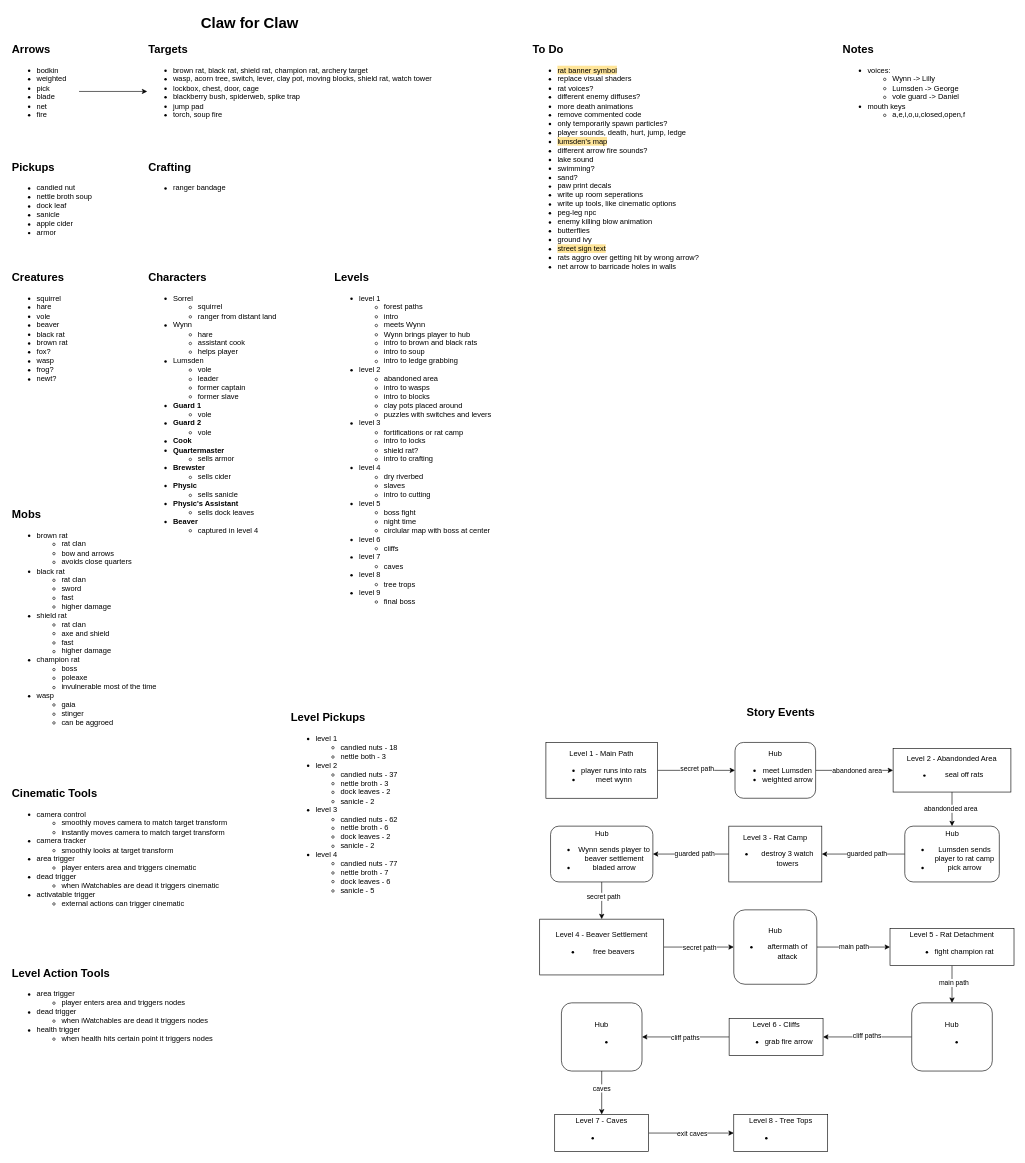
Earlier version of the draw.io diagram Planning/design-doc.drawio (camerondedore/Godot-Project-3). Source tidied: cells renumbered, new cells numbered last; positions are measured from the earlier drawing's top-left corner, leaving out a move shared by most shapes. Both pictures are drawn from the tidied source at 62%, with x=0, y=0 at pixel (11, 11).
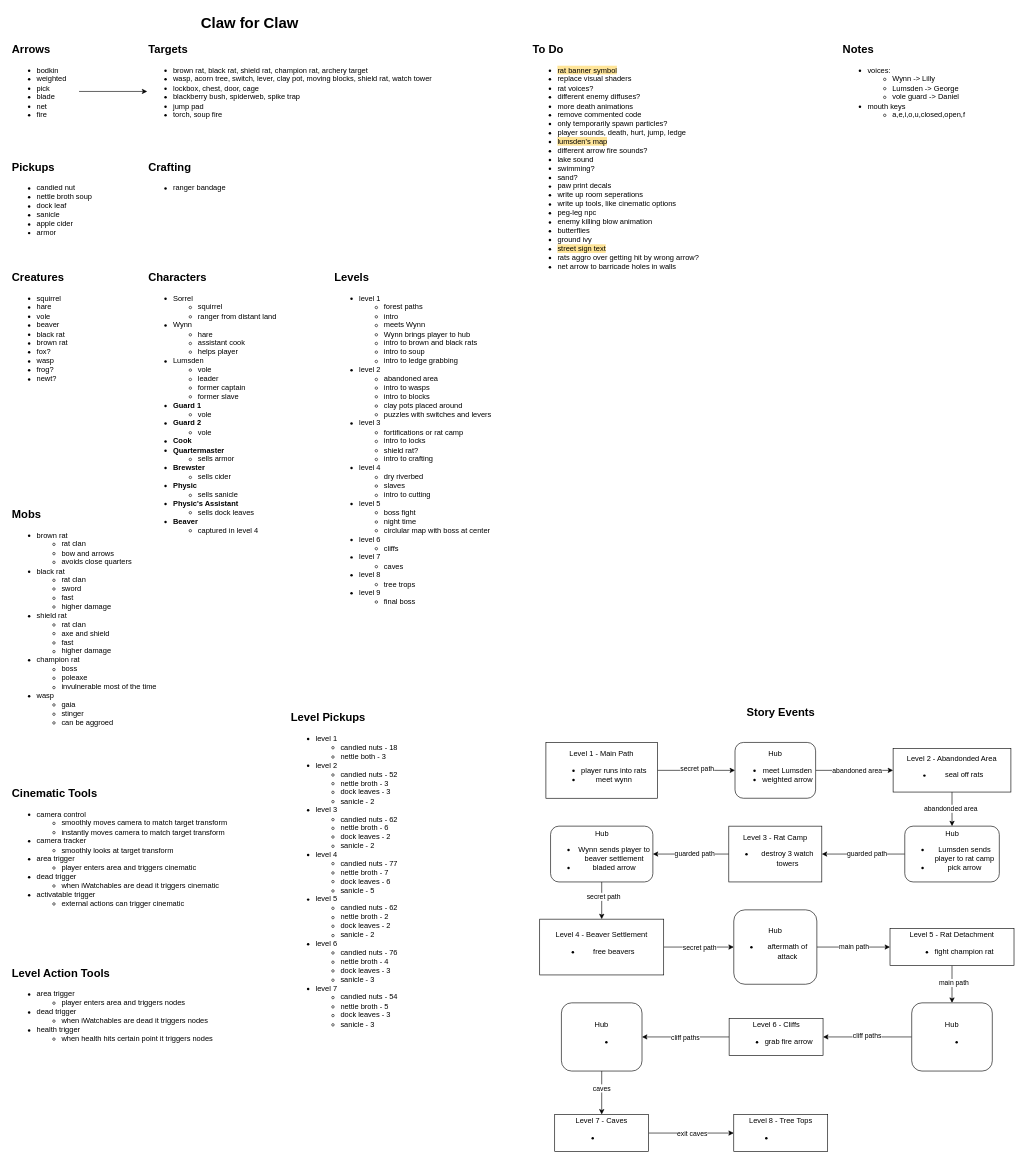
Above is the later version.

Change to the diagram source:
```diff
@@
-    <mxCell id="70" value="&lt;ul&gt;&lt;li&gt;level 1&lt;/li&gt;&lt;ul&gt;&lt;li&gt;candied nuts - 18&lt;/li&gt;&lt;li&gt;nettle both - 3&lt;/li&gt;&lt;/ul&gt;&lt;li&gt;level 2&lt;/li&gt;&lt;ul&gt;&lt;li&gt;candied nuts - 37&lt;/li&gt;&lt;li&gt;nettle broth - 3&lt;/li&gt;&lt;li&gt;dock leaves - 2&lt;/li&gt;&lt;li&gt;sanicle - 2&lt;/li&gt;&lt;/ul&gt;&lt;li&gt;level 3&lt;/li&gt;&lt;ul&gt;&lt;li&gt;candied nuts - 62&lt;/li&gt;&lt;li&gt;nettle broth - 6&lt;/li&gt;&lt;li&gt;dock leaves - 2&lt;/li&gt;&lt;li&gt;sanicle - 2&lt;/li&gt;&lt;/ul&gt;&lt;li&gt;level 4&lt;/li&gt;&lt;ul&gt;&lt;li&gt;candied nuts - 77&lt;/li&gt;&lt;li&gt;nettle broth - 7&lt;/li&gt;&lt;li&gt;dock leaves - 6&lt;/li&gt;&lt;li&gt;sanicle - 5&lt;/li&gt;&lt;/ul&gt;&lt;/ul&gt;" style="text;html=1;align=left;verticalAlign=top;whiteSpace=wrap;rounded=0;" parent="1" vertex="1">
+    <mxCell id="70" value="&lt;ul&gt;&lt;li&gt;level 1&lt;/li&gt;&lt;ul&gt;&lt;li&gt;candied nuts - 18&lt;/li&gt;&lt;li&gt;nettle both - 3&lt;/li&gt;&lt;/ul&gt;&lt;li&gt;level 2&lt;/li&gt;&lt;ul&gt;&lt;li&gt;candied nuts - 52&lt;/li&gt;&lt;li&gt;nettle broth - 3&lt;/li&gt;&lt;li&gt;dock leaves - 3&lt;/li&gt;&lt;li&gt;sanicle - 2&lt;/li&gt;&lt;/ul&gt;&lt;li&gt;level 3&lt;/li&gt;&lt;ul&gt;&lt;li&gt;candied nuts - 62&lt;/li&gt;&lt;li&gt;nettle broth - 6&lt;/li&gt;&lt;li&gt;dock leaves - 2&lt;/li&gt;&lt;li&gt;sanicle - 2&lt;/li&gt;&lt;/ul&gt;&lt;li&gt;level 4&lt;/li&gt;&lt;ul&gt;&lt;li&gt;candied nuts - 77&lt;/li&gt;&lt;li&gt;nettle broth - 7&lt;/li&gt;&lt;li&gt;dock leaves - 6&lt;/li&gt;&lt;li&gt;sanicle - 5&lt;/li&gt;&lt;/ul&gt;&lt;li&gt;level 5&lt;/li&gt;&lt;ul&gt;&lt;li&gt;candied nuts - 62&lt;/li&gt;&lt;li&gt;nettle broth - 2&lt;/li&gt;&lt;li&gt;dock leaves - 2&lt;/li&gt;&lt;li&gt;sanicle - 2&lt;/li&gt;&lt;/ul&gt;&lt;li&gt;level 6&lt;/li&gt;&lt;ul&gt;&lt;li&gt;candied nuts - 76&lt;/li&gt;&lt;li&gt;nettle broth - 4&lt;/li&gt;&lt;li&gt;dock leaves - 3&lt;/li&gt;&lt;li&gt;sanicle - 3&lt;/li&gt;&lt;/ul&gt;&lt;li&gt;level 7&lt;/li&gt;&lt;ul&gt;&lt;li&gt;candied nuts - 54&lt;/li&gt;&lt;li&gt;nettle broth - 5&lt;/li&gt;&lt;li&gt;dock leaves - 3&lt;/li&gt;&lt;li&gt;sanicle - 3&lt;/li&gt;&lt;/ul&gt;&lt;/ul&gt;" style="text;html=1;align=left;verticalAlign=top;whiteSpace=wrap;rounded=0;" parent="1" vertex="1">
       <mxGeometry x="450" y="1148" width="280" height="562" as="geometry" />
     </mxCell>
```
